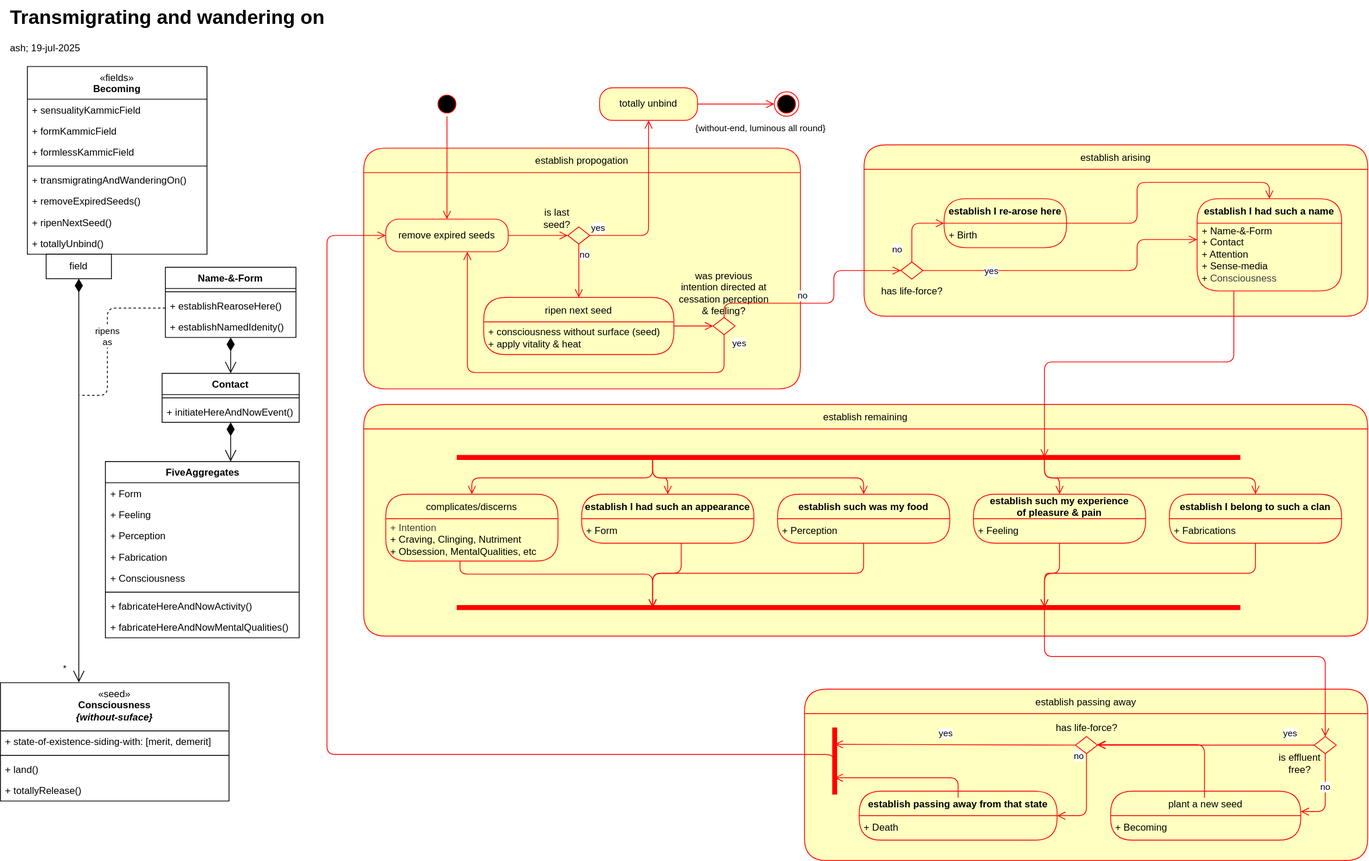
Earlier version of the draw.io export samsara-process.drawio.svg (suttaplayer/dn34-PROGRESSING-BY-TENS). Source tidied: cells renumbered, new cells last; positions are measured from the earlier drawing's top-left corner, leaving out a move shared by most shapes.
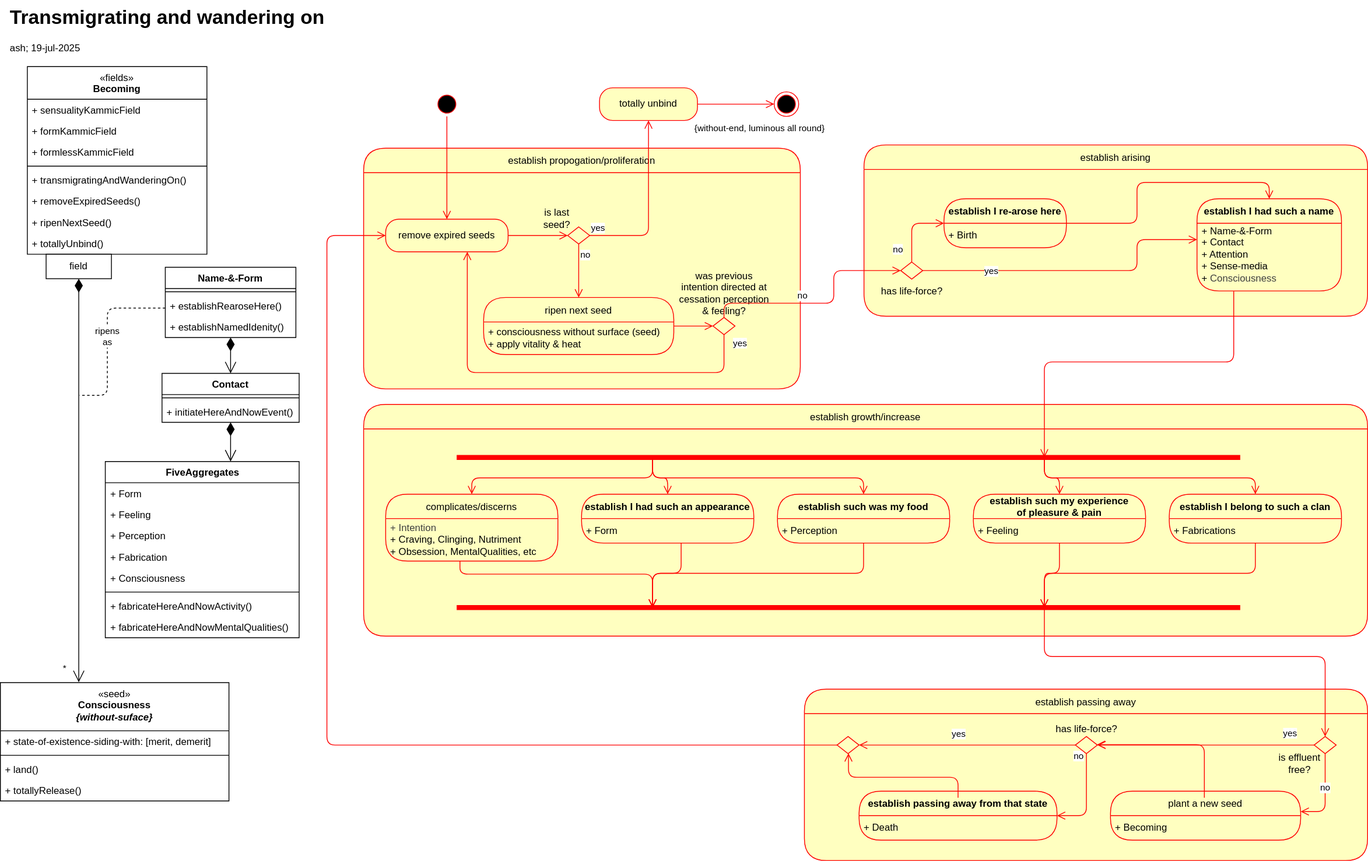
The same file after the commit.

Change to the diagram source:
```diff
@@ -2,10 +2,10 @@
   <root>
     <mxCell id="0" />
     <mxCell id="1" parent="0" />
-    <mxCell id="2" value="establish propogation" style="swimlane;fontStyle=0;align=center;verticalAlign=middle;horizontal=1;startSize=30;fontColor=#000000;rounded=1;arcSize=30;strokeColor=#ff0000;fillColor=#ffffc0;swimlaneFillColor=#ffffc0;" parent="1" vertex="1">
+    <mxCell id="2" value="establish propogation/proliferation" style="swimlane;fontStyle=0;align=center;verticalAlign=middle;horizontal=1;startSize=30;fontColor=#000000;rounded=1;arcSize=30;strokeColor=#ff0000;fillColor=#ffffc0;swimlaneFillColor=#ffffc0;" parent="1" vertex="1">
       <mxGeometry x="445" y="181" width="535" height="295" as="geometry" />
     </mxCell>
-    <mxCell id="3" value="establish remaining" style="swimlane;fontStyle=0;align=center;verticalAlign=middle;horizontal=1;startSize=30;fontColor=#000000;rounded=1;arcSize=30;strokeColor=#ff0000;fillColor=#ffffc0;swimlaneFillColor=#ffffc0;" parent="1" vertex="1">
+    <mxCell id="3" value="establish growth/increase" style="swimlane;fontStyle=0;align=center;verticalAlign=middle;horizontal=1;startSize=30;fontColor=#000000;rounded=1;arcSize=30;strokeColor=#ff0000;fillColor=#ffffc0;swimlaneFillColor=#ffffc0;" parent="1" vertex="1">
       <mxGeometry x="445" y="495" width="1230" height="284" as="geometry" />
     </mxCell>
     <mxCell id="4" value="&lt;div&gt;&lt;span style=&quot;color: rgb(0, 0, 0); font-weight: 400;&quot;&gt;«fields»&lt;/span&gt;&lt;/div&gt;Becoming" style="swimlane;fontStyle=1;align=center;verticalAlign=top;horizontal=1;startSize=40;whiteSpace=wrap;html=1;" parent="1" vertex="1">
@@ -294,23 +294,23 @@
     <mxCell id="76" value="has life-force?" style="text;html=1;align=center;verticalAlign=middle;whiteSpace=wrap;rounded=0;" parent="1" vertex="1">
       <mxGeometry x="1290.5" y="888" width="80" height="9" as="geometry" />
     </mxCell>
-    <mxCell id="77" style="html=1;verticalAlign=bottom;endArrow=open;endSize=8;strokeColor=#ff0000;entryX=0.75;entryY=0.5;entryDx=0;entryDy=0;entryPerimeter=0;edgeStyle=orthogonalEdgeStyle;" parent="1" edge="1" target="108">
+    <mxCell id="77" style="html=1;verticalAlign=bottom;endArrow=open;endSize=8;strokeColor=#ff0000;edgeStyle=orthogonalEdgeStyle;" parent="1" edge="1" target="109">
       <mxGeometry x="0.7" y="18" relative="1" as="geometry">
         <mxPoint x="1173.2" y="977" as="sourcePoint" />
         <Array as="points">
           <mxPoint x="1173" y="952" />
+          <mxPoint x="1039" y="952" />
         </Array>
         <mxPoint x="10" y="-3" as="offset" />
       </mxGeometry>
     </mxCell>
-    <mxCell id="78" value="yes" style="html=1;verticalAlign=bottom;endArrow=open;endSize=8;strokeColor=#ff0000;entryX=0.25;entryY=0.5;entryDx=0;entryDy=0;entryPerimeter=0;" parent="1" edge="1" source="75" target="108">
+    <mxCell id="78" value="yes" style="html=1;verticalAlign=bottom;endArrow=open;endSize=8;strokeColor=#ff0000;" parent="1" edge="1" source="75" target="109">
       <mxGeometry x="0.08" y="-5" relative="1" as="geometry" />
     </mxCell>
-    <mxCell id="79" style="html=1;verticalAlign=bottom;endArrow=open;endSize=8;strokeColor=#ff0000;edgeStyle=orthogonalEdgeStyle;exitX=0.542;exitY=0.677;exitDx=0;exitDy=0;exitPerimeter=0;" parent="1" edge="1" source="108" target="20">
+    <mxCell id="79" style="html=1;verticalAlign=bottom;endArrow=open;endSize=8;strokeColor=#ff0000;edgeStyle=orthogonalEdgeStyle;" parent="1" edge="1" source="109" target="20">
       <mxGeometry x="0.08" y="-5" relative="1" as="geometry">
         <Array as="points">
-          <mxPoint x="1020" y="924" />
-          <mxPoint x="400" y="924" />
+          <mxPoint x="400" y="913" />
           <mxPoint x="400" y="288" />
         </Array>
       </mxGeometry>
@@ -404,8 +404,8 @@
     <mxCell id="107" value="+ fabricateHereAndNowMentalQualities()" style="text;strokeColor=none;fillColor=none;align=left;verticalAlign=top;spacingLeft=4;spacingRight=4;overflow=hidden;whiteSpace=wrap;html=1;" parent="99" vertex="1">
       <mxGeometry y="190" width="237.5" height="26" as="geometry" />
     </mxCell>
-    <mxCell id="108" style="shape=line;html=1;strokeWidth=6;strokeColor=#ff0000;direction=south;" parent="1" vertex="1">
-      <mxGeometry x="1017" y="891" width="10" height="82" as="geometry" />
-    </mxCell>
+    <mxCell id="109" style="rhombus;whiteSpace=wrap;html=1;fontColor=#000000;fillColor=#ffffc0;strokeColor=#ff0000;" parent="1" vertex="1">
+      <mxGeometry x="1025" y="902" width="27" height="21" as="geometry" />
+    </mxCell>
   </root>
 </mxGraphModel>
```
